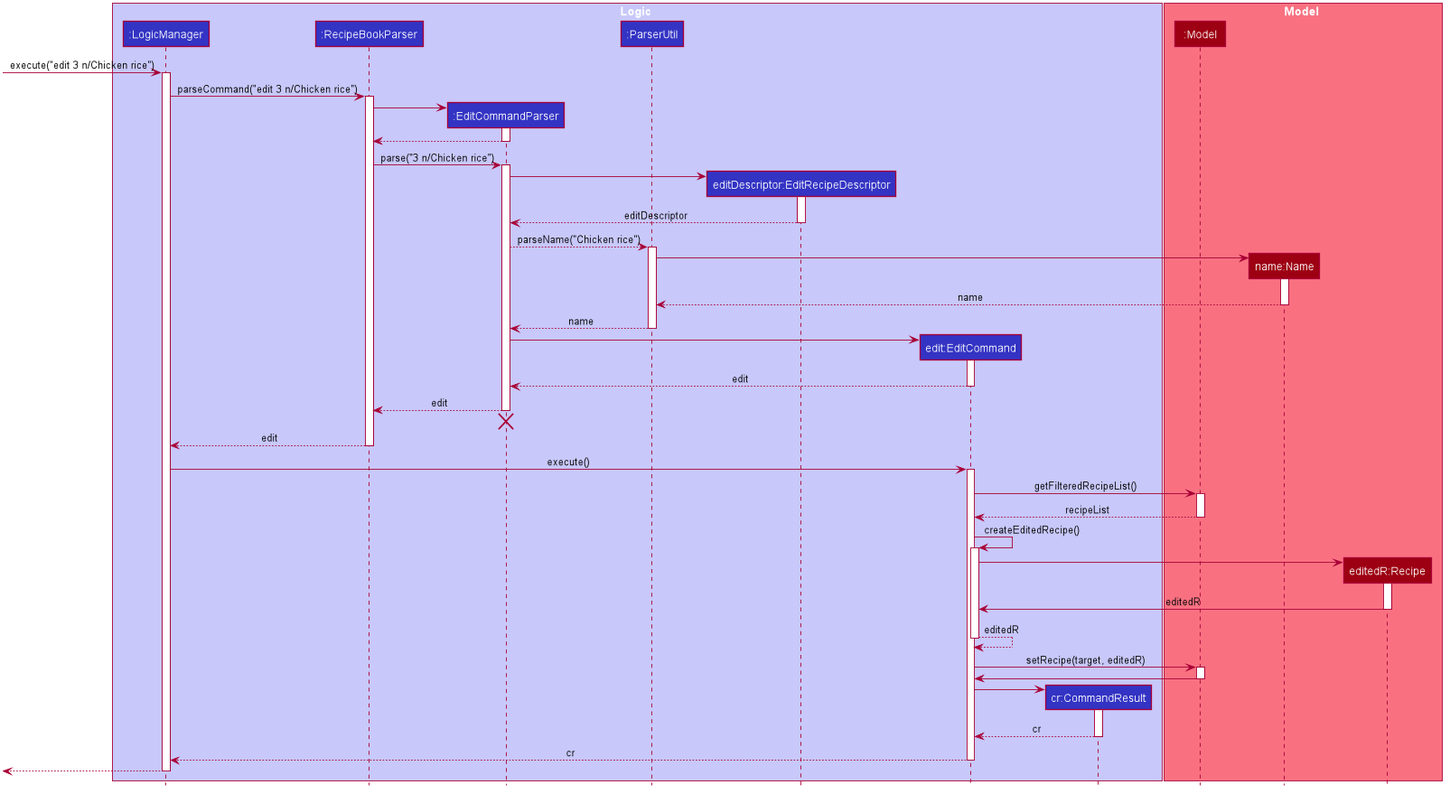
Before: docs/images/EditSequenceDiagram.png, a diagram exported from PlantUML (nus-cs2103-AY1920S2/addressbook-level3).
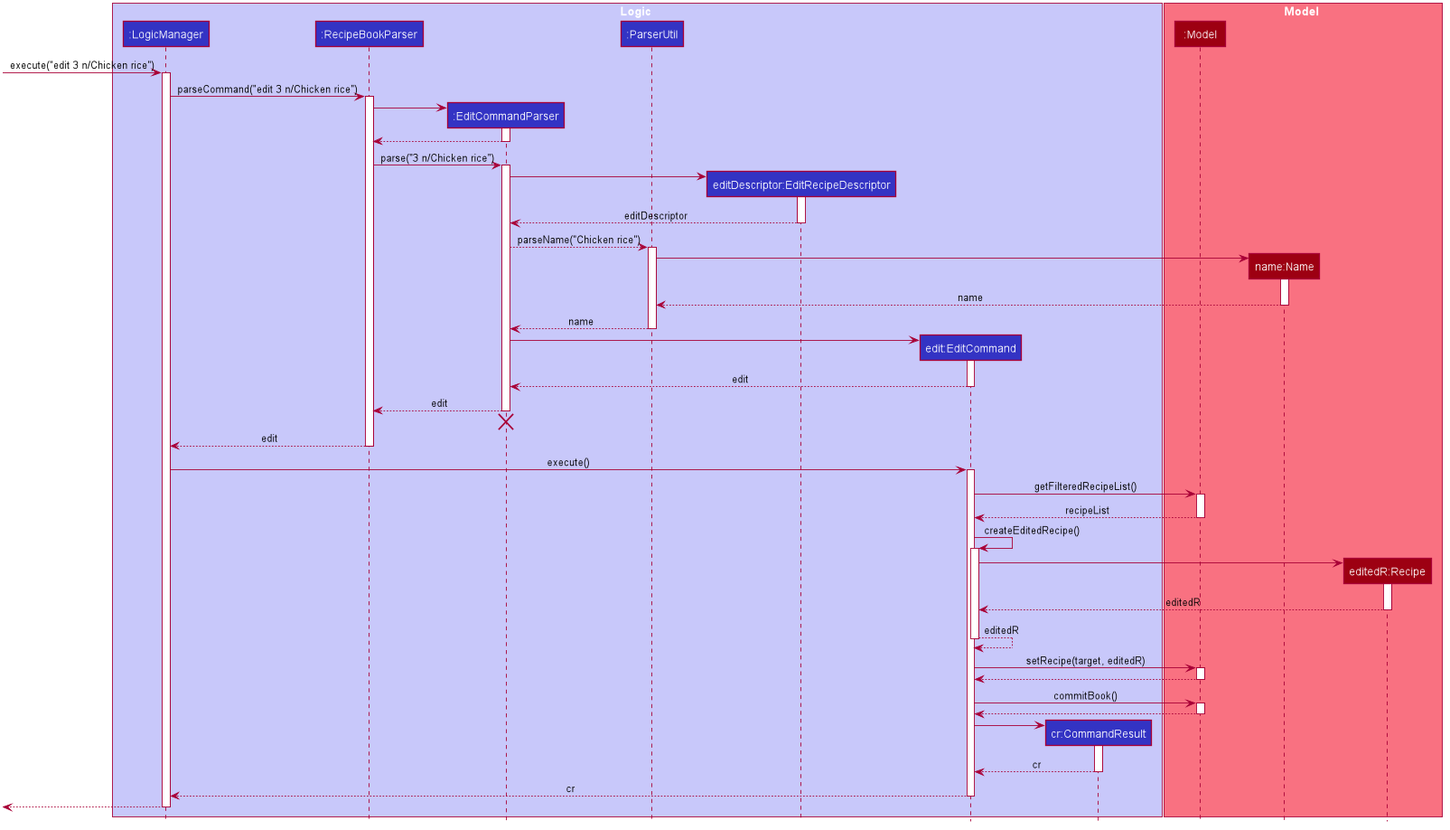
Above is the later version.

Change to the diagram source:
```diff
@@ -130,14 +130,19 @@
 create Recipe
 EditCommand -> Recipe
 activate Recipe
-Recipe -> EditCommand : editedR
+Recipe --> EditCommand : editedR
 deactivate Recipe
 EditCommand --> EditCommand : editedR
 deactivate EditCommand
 
 EditCommand -> Model : setRecipe(target, editedR)
 activate Model
-Model -> EditCommand
+Model --> EditCommand
+deactivate Model
+
+EditCommand -> Model : commitBook()
+activate Model
+Model --> EditCommand
 deactivate Model
 
 create CommandResult
```
